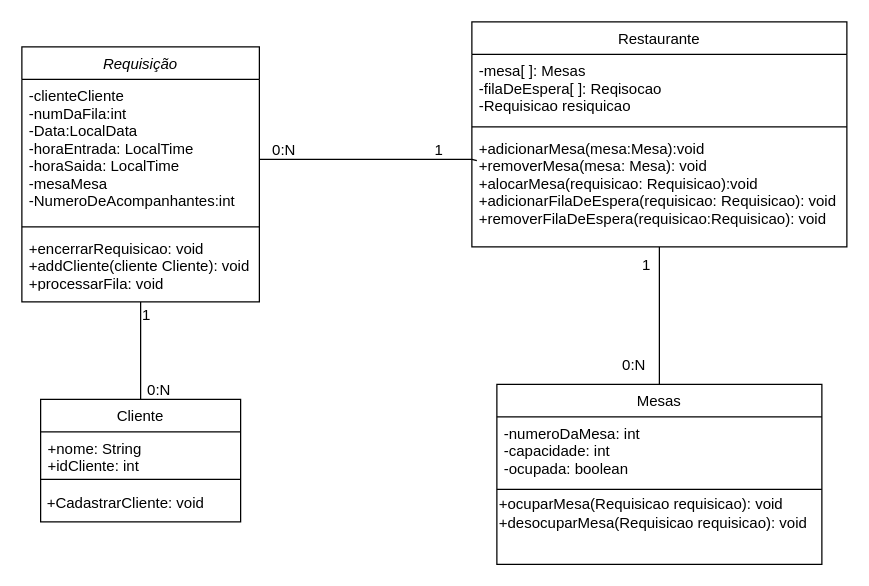
joaocaram/template_DisciplinasProgramacao keeps this draw.io diagram as docs/diagramas/diagrama atualizado.drawio. Above is the earlier version. Source tidied: cells renumbered, new cells numbered last; positions are measured from the earlier drawing's top-left corner, leaving out a move shared by most shapes. Both pictures are drawn from the tidied source at 125%, with x=0, y=0 at pixel (21, 21).
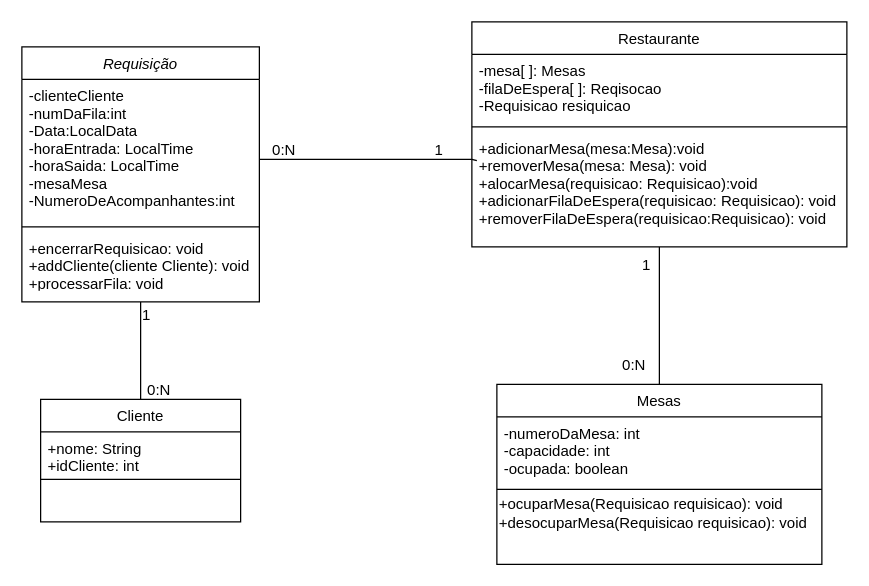
Above is the later version.

Commit message (it also covers changes not shown here):
arualização diagrama

The change refers to these unchanged cells:
```xml
<mxCell id="10" value="Cliente" style="swimlane;fontStyle=0;align=center;verticalAlign=top;horizontal=1;startSize=26;rounded=0;shadow=0;strokeWidth=1;" parent="1" vertex="1">
  <mxGeometry x="15" y="302" width="160" height="98" as="geometry" />
</mxCell>
```

Change to the diagram source:
```diff
@@
-    <mxCell id="13" value="&amp;nbsp;+CadastrarCliente: void" style="text;html=1;align=left;verticalAlign=middle;whiteSpace=wrap;rounded=0;" parent="10" vertex="1">
-      <mxGeometry y="68" width="160" height="30" as="geometry" />
-    </mxCell>
```
